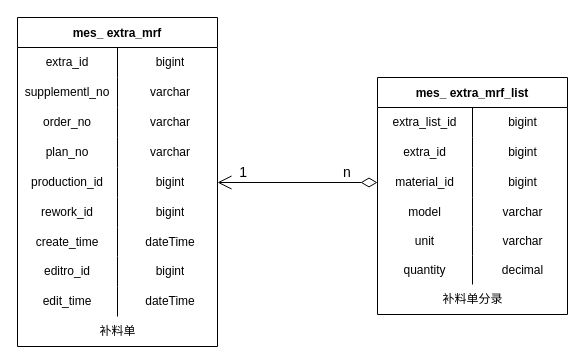
KNAI-I/test keeps this draw.io diagram as page "补料单管理" (4 of 5) of 数据表.drawio. Above is the earlier version. Source tidied: cells renumbered, new cells numbered last; positions are measured from the earlier drawing's top-left corner, leaving out a move shared by most shapes. Both pictures are drawn from the tidied source at 100%, with x=0, y=0 at pixel (17, 17).
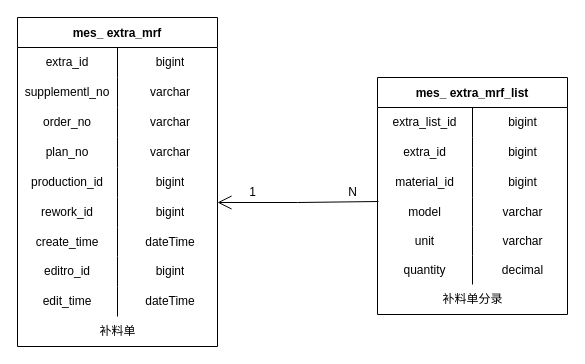
The same diagram, later.

The change refers to these unchanged cells:
```xml
<mxCell id="15" style="shape=tableRow;horizontal=0;startSize=0;swimlaneHead=0;swimlaneBody=0;top=0;left=0;bottom=0;right=0;fillColor=none;points=[[0,0.5],[1,0.5]];portConstraint=eastwest;" parent="2" vertex="1">
  <mxGeometry y="150" width="200" height="30" as="geometry" />
</mxCell>
<mxCell id="38" style="shape=tableRow;horizontal=0;startSize=0;swimlaneHead=0;swimlaneBody=0;top=0;left=0;bottom=0;right=0;fillColor=none;points=[[0,0.5],[1,0.5]];portConstraint=eastwest;" parent="31" vertex="1">
  <mxGeometry y="90" width="190" height="30" as="geometry" />
</mxCell>
<mxCell id="41" style="shape=tableRow;horizontal=0;startSize=0;swimlaneHead=0;swimlaneBody=0;top=0;left=0;bottom=0;right=0;fillColor=none;points=[[0,0.5],[1,0.5]];portConstraint=eastwest;" parent="31" vertex="1">
  <mxGeometry y="120" width="190" height="29" as="geometry" />
</mxCell>
```

Diff of the diagram source:
```diff
@@
-    <mxCell id="51" style="endArrow=open;html=1;endSize=12;startArrow=diamondThin;startSize=14;startFill=0;edgeStyle=orthogonalEdgeStyle;rounded=0;fontSize=14;entryX=1;entryY=0.5;entryDx=0;entryDy=0;exitX=0;exitY=0.5;exitDx=0;exitDy=0;" parent="1" edge="1" source="38" target="15">
-      <mxGeometry relative="1" as="geometry" />
-    </mxCell>
-    <mxCell id="52" value="n" style="edgeLabel;html=1;align=left;verticalAlign=top;fontSize=14;" parent="51" vertex="1">
-      <mxGeometry x="-1" relative="1" as="geometry">
-        <mxPoint x="-36" y="-25" as="offset" />
-      </mxGeometry>
-    </mxCell>
+    <mxCell id="54" style="endArrow=open;endFill=1;endSize=12;html=1;rounded=0;exitX=0.005;exitY=0.138;exitDx=0;exitDy=0;exitPerimeter=0;" parent="1" edge="1" source="41">
+      <mxGeometry relative="1" as="geometry">
+        <mxPoint x="200" y="185" as="targetPoint" />
+        <Array as="points">
+          <mxPoint x="280" y="185" />
+        </Array>
+      </mxGeometry>
+    </mxCell>
-    <mxCell id="53" value="1" style="edgeLabel;html=1;align=right;verticalAlign=top;fontSize=14;" parent="51" vertex="1">
-      <mxGeometry x="1" relative="1" as="geometry">
-        <mxPoint x="30" y="-25" as="offset" />
-      </mxGeometry>
+    <mxCell id="53" value="1" style="text;html=1;align=center;verticalAlign=middle;strokeColor=none;fillColor=none;" parent="1" vertex="1">
+      <mxGeometry x="220" y="160" width="30" height="30" as="geometry" />
     </mxCell>
+    <mxCell id="55" value="N" style="text;html=1;align=center;verticalAlign=middle;strokeColor=none;fillColor=none;" parent="1" vertex="1">
+      <mxGeometry x="320" y="160" width="30" height="30" as="geometry" />
+    </mxCell>
```
